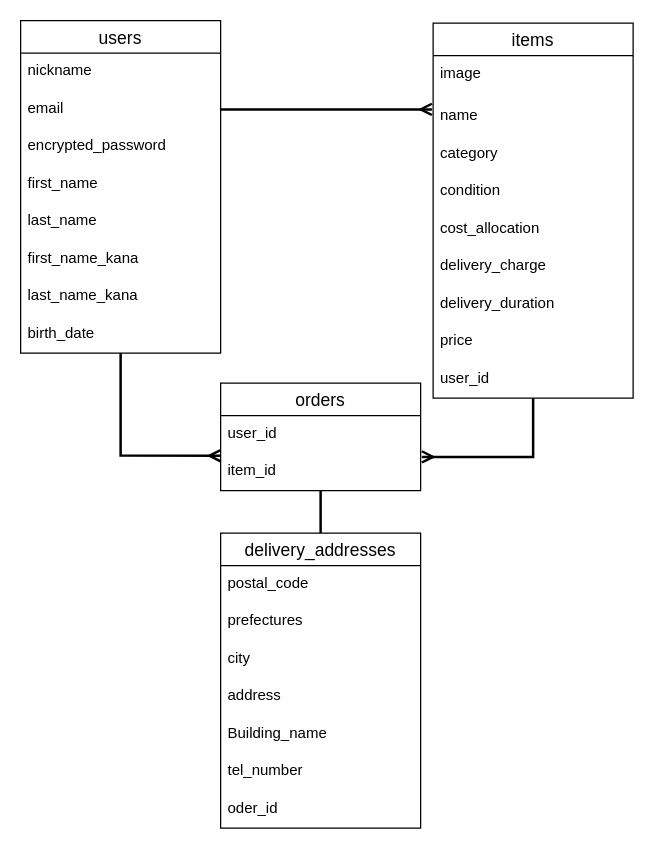
The draw.io diagram ER.dio in gohanndaisuki/furima-38713, before the edit. Source tidied: cells renumbered, new cells numbered last; positions are measured from the earlier drawing's top-left corner, leaving out a move shared by most shapes. Both pictures are drawn from the tidied source at 125%, with x=0, y=0 at pixel (20, 20).
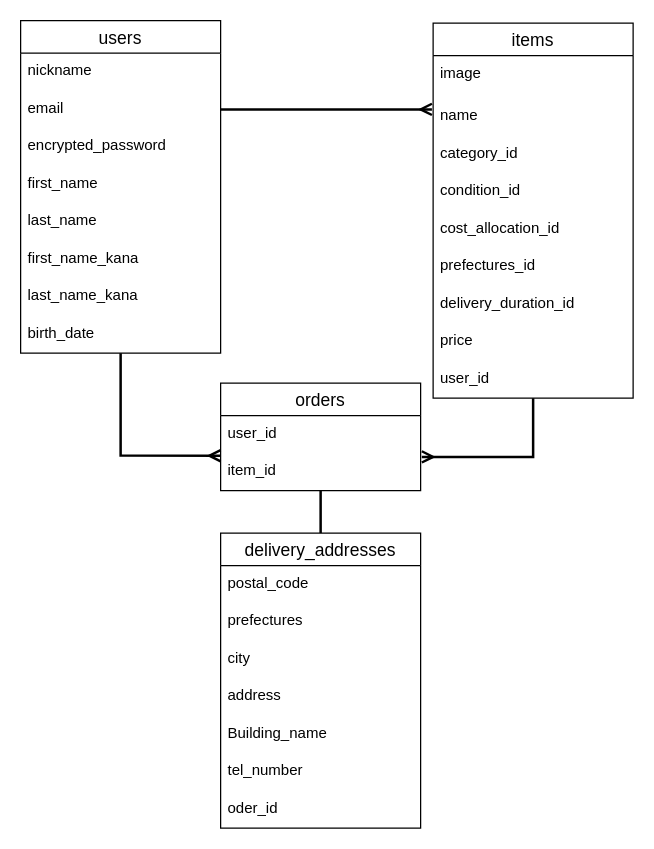
Above is the later version.

Commit message (it also covers changes not shown here):
データベース設計2

Unchanged cells that the change refers to:
```xml
<mxCell id="13" value="items" style="swimlane;fontStyle=0;horizontal=1;startSize=26;align=center;fontSize=14;" parent="1" vertex="1">
  <mxGeometry x="330" y="2" width="160" height="300" as="geometry" />
</mxCell>
```

Change to the diagram source:
```diff
@@
-    <mxCell id="16" value="category" style="text;strokeColor=none;fillColor=none;spacingLeft=4;spacingRight=4;overflow=hidden;fontSize=12;" parent="13" vertex="1">
+    <mxCell id="16" value="category_id" style="text;strokeColor=none;fillColor=none;spacingLeft=4;spacingRight=4;overflow=hidden;fontSize=12;" parent="13" vertex="1">
       <mxGeometry y="90" width="160" height="30" as="geometry" />
     </mxCell>
-    <mxCell id="17" value="condition " style="text;strokeColor=none;fillColor=none;spacingLeft=4;spacingRight=4;overflow=hidden;fontSize=12;" parent="13" vertex="1">
+    <mxCell id="17" value="condition_id" style="text;strokeColor=none;fillColor=none;spacingLeft=4;spacingRight=4;overflow=hidden;fontSize=12;" parent="13" vertex="1">
       <mxGeometry y="120" width="160" height="30" as="geometry" />
     </mxCell>
-    <mxCell id="18" value="cost_allocation" style="text;strokeColor=none;fillColor=none;spacingLeft=4;spacingRight=4;overflow=hidden;fontSize=12;" parent="13" vertex="1">
+    <mxCell id="18" value="cost_allocation_id" style="text;strokeColor=none;fillColor=none;spacingLeft=4;spacingRight=4;overflow=hidden;fontSize=12;" parent="13" vertex="1">
       <mxGeometry y="150" width="160" height="30" as="geometry" />
     </mxCell>
-    <mxCell id="19" value="delivery_charge" style="text;strokeColor=none;fillColor=none;spacingLeft=4;spacingRight=4;overflow=hidden;fontSize=12;" parent="13" vertex="1">
+    <mxCell id="19" value="prefectures_id" style="text;strokeColor=none;fillColor=none;spacingLeft=4;spacingRight=4;overflow=hidden;fontSize=12;" parent="13" vertex="1">
       <mxGeometry y="180" width="160" height="30" as="geometry" />
     </mxCell>
-    <mxCell id="20" value="delivery_duration" style="text;strokeColor=none;fillColor=none;spacingLeft=4;spacingRight=4;overflow=hidden;fontSize=12;" parent="13" vertex="1">
+    <mxCell id="20" value="delivery_duration_id" style="text;strokeColor=none;fillColor=none;spacingLeft=4;spacingRight=4;overflow=hidden;fontSize=12;" parent="13" vertex="1">
       <mxGeometry y="210" width="160" height="30" as="geometry" />
     </mxCell>
```
